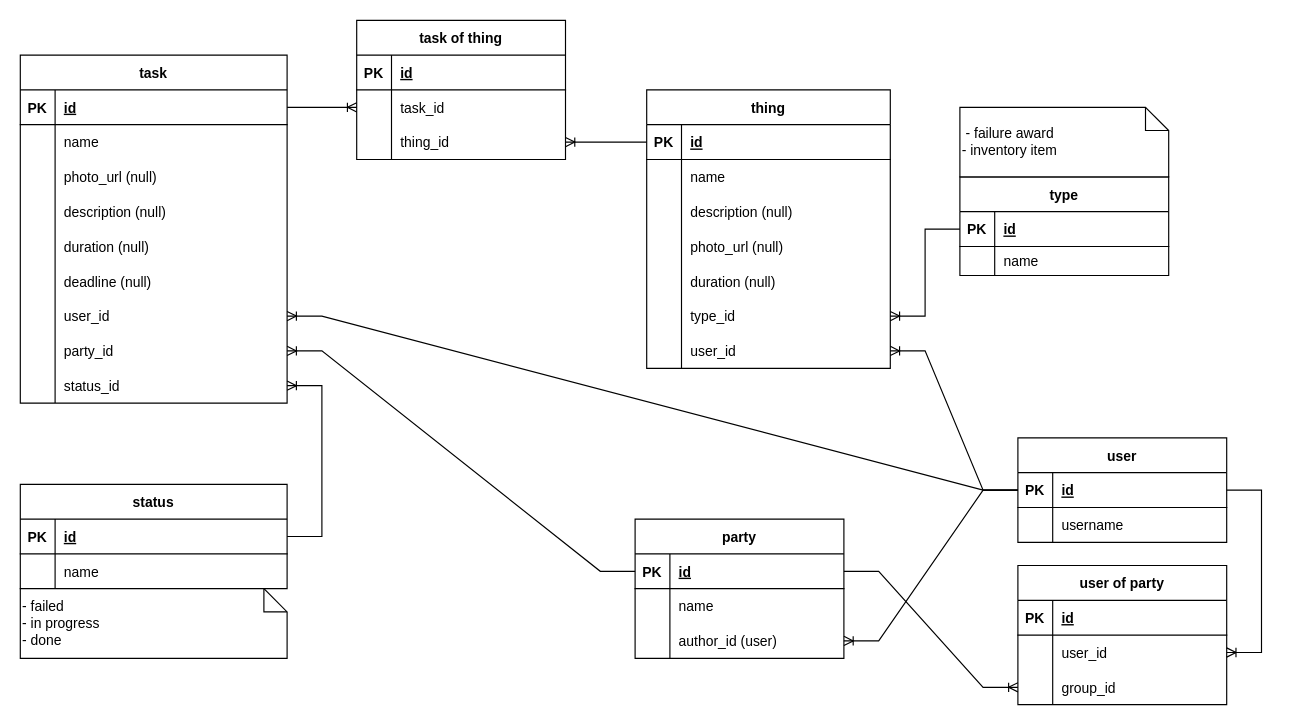
This is task-manager.drawio from Lucky2Bomb/task-manager, a draw.io file, before an edit. Source tidied: cells renumbered, new cells numbered last; positions are measured from the earlier drawing's top-left corner, leaving out a move shared by most shapes. Both pictures are drawn from the tidied source at 116%, with x=0, y=0 at pixel (20, 20).
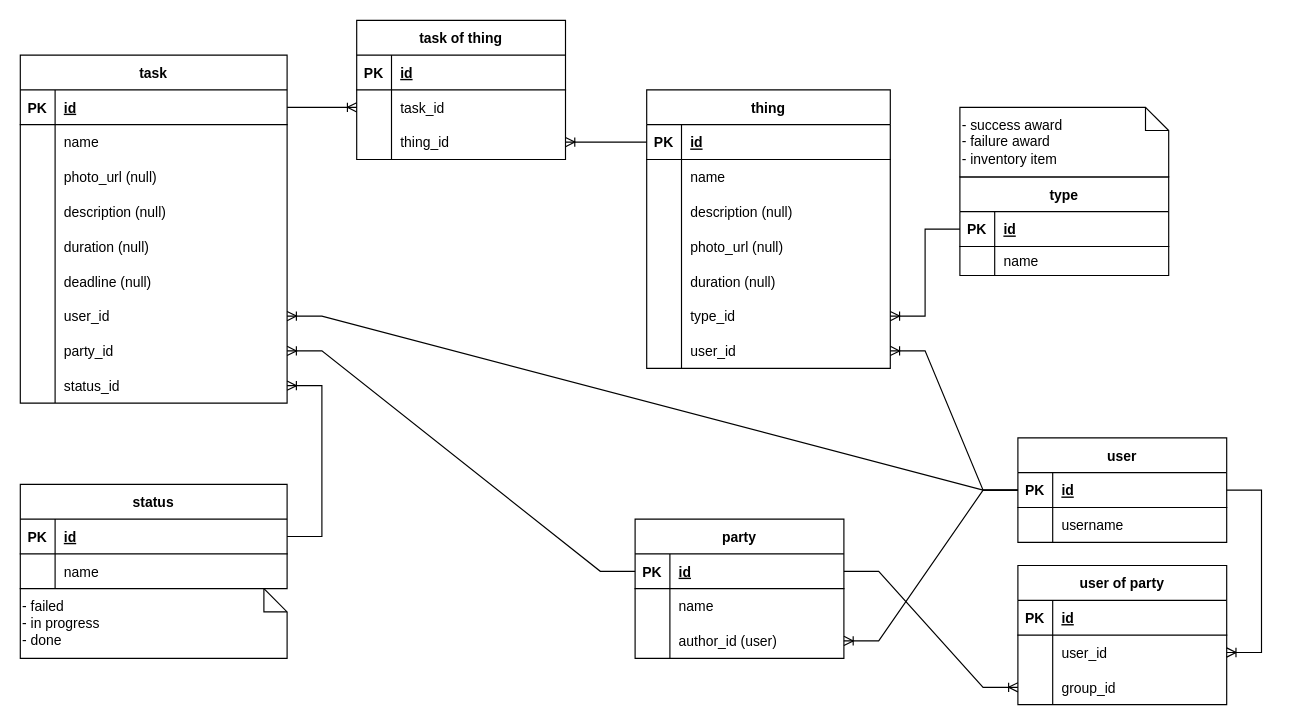
After the change.

What changed in the source:
```diff
@@
-    <mxCell id="113" value="&lt;div&gt;&lt;span style=&quot;background-color: initial;&quot;&gt;&amp;nbsp;- failure award&lt;/span&gt;&lt;br&gt;&lt;/div&gt;&lt;div&gt;- inventory item&lt;/div&gt;" style="shape=note;size=20;whiteSpace=wrap;html=1;align=left;" parent="1" vertex="1">
+    <mxCell id="113" value="&lt;div&gt;&lt;span style=&quot;background-color: initial;&quot;&gt;- success award&lt;/span&gt;&lt;/div&gt;&lt;div&gt;&lt;span style=&quot;background-color: initial;&quot;&gt;- failure award&lt;/span&gt;&lt;br&gt;&lt;/div&gt;&lt;div&gt;- inventory item&lt;/div&gt;" style="shape=note;size=20;whiteSpace=wrap;html=1;align=left;" parent="1" vertex="1">
       <mxGeometry x="810" y="75" width="180" height="60" as="geometry" />
     </mxCell>
```
